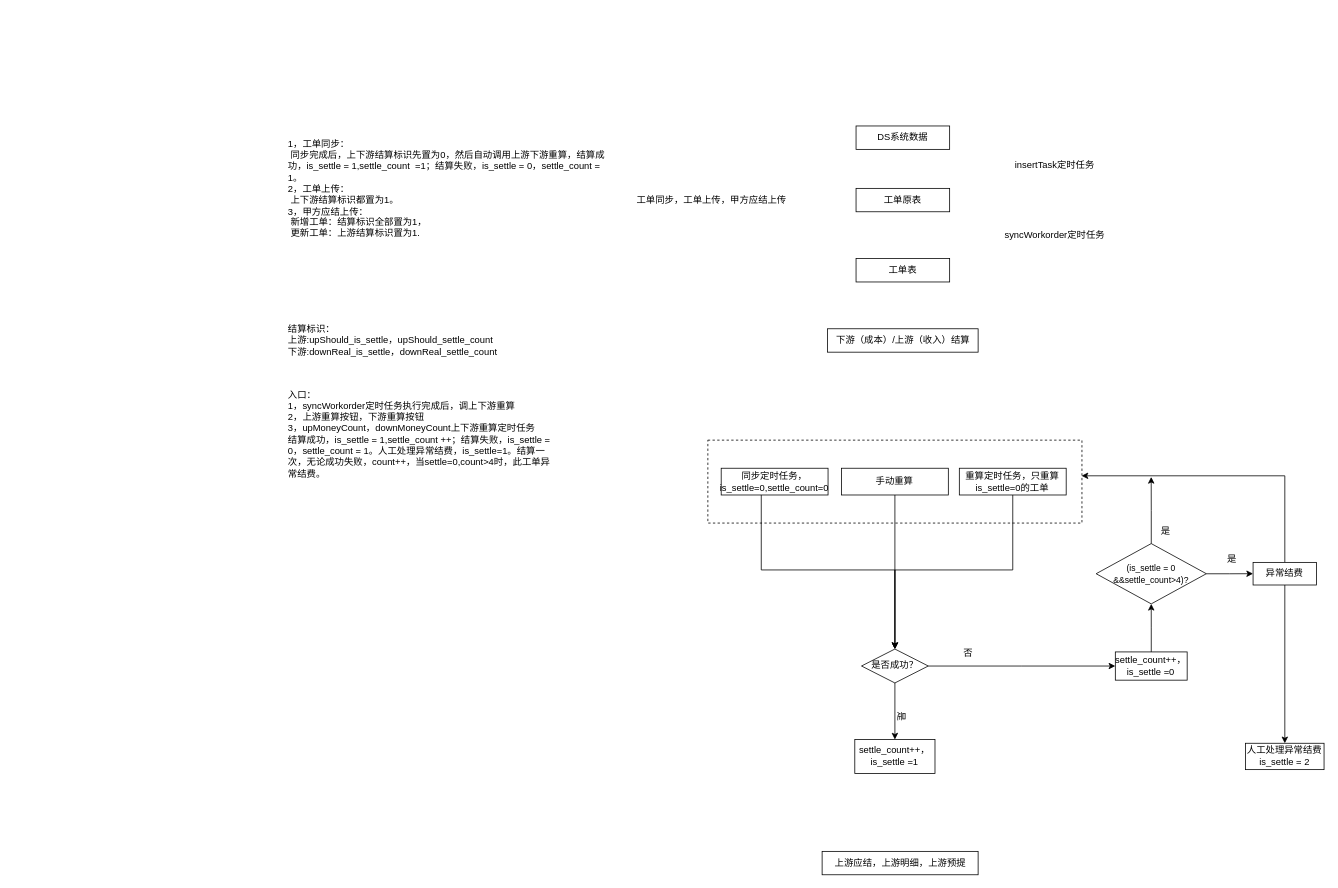
Earlier version of the draw.io diagram 未命名绘图.drawio (yutaob/repository1). Source tidied: cells renumbered, new cells numbered last; positions are measured from the earlier drawing's top-left corner, leaving out a move shared by most shapes. Both pictures are drawn from the tidied source at 78%, with x=0, y=0 at pixel (286, 126).
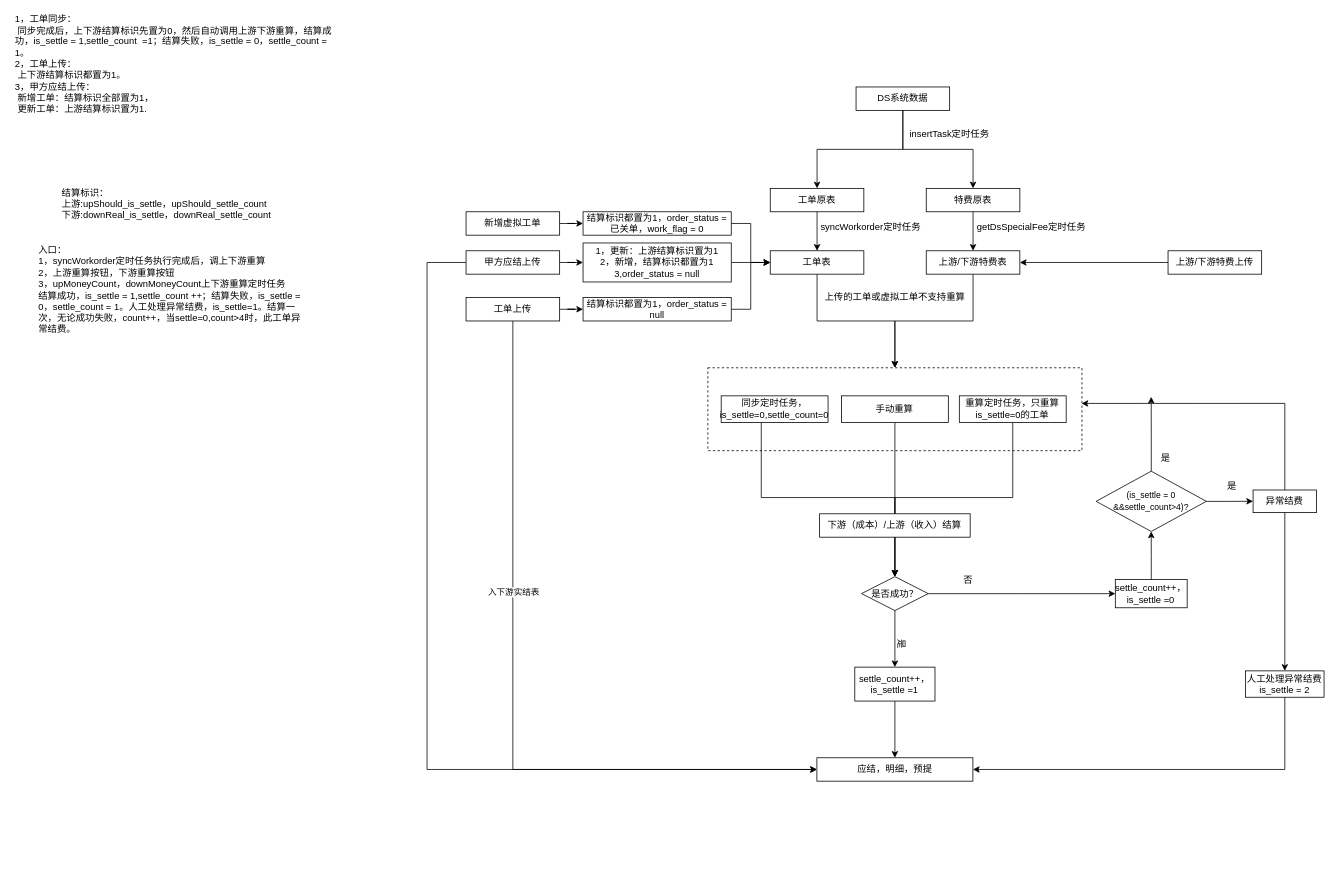
The same page after the edit.

The change refers to these unchanged cells:
```xml
<mxCell id="15" style="rounded=0;whiteSpace=wrap;html=1;dashed=1;" parent="14" vertex="1">
  <mxGeometry width="479.6" height="106.3" as="geometry" />
</mxCell>
<mxCell id="19" value="settle_count++，&lt;br&gt;is_settle =1" style="rounded=0;whiteSpace=wrap;html=1;" parent="14" vertex="1">
  <mxGeometry x="188.4" y="383.8" width="102.8" height="43.5" as="geometry" />
</mxCell>
<mxCell id="36" value="人工处理异常结费&lt;br&gt;is_settle = 2" style="rounded=0;whiteSpace=wrap;html=1;" parent="14" vertex="1">
  <mxGeometry x="689.4" y="388.6" width="100.6" height="33.8" as="geometry" />
</mxCell>
```

Diff of the diagram source:
```diff
@@
+    <mxCell id="9" value="结算标识：&lt;br&gt;上游:upShould_is_settle，upShould_settle_count&lt;br&gt;下游:downReal_is_settle，downReal_settle_count" style="text;html=1;strokeColor=none;fillColor=none;align=left;verticalAlign=middle;whiteSpace=wrap;rounded=0;" parent="1" vertex="1">
+      <mxGeometry x="-290" y="75" width="330" height="50" as="geometry" />
+    </mxCell>
+    <mxCell id="11" value="入口：&lt;br&gt;1，syncWorkorder定时任务执行完成后，调上下游重算&lt;br&gt;&lt;div&gt;&lt;span&gt;2，上游重算按钮，下游重算按钮&lt;/span&gt;&lt;/div&gt;&lt;div&gt;&lt;span&gt;3，upMoneyCount，downMoneyCount上下游重算定时任务&lt;/span&gt;&lt;/div&gt;&lt;div&gt;结算成功，is_settle = 1,settle_count&amp;nbsp;&lt;span&gt;++&lt;/span&gt;；结算失败，is_settle = 0，settle_count = 1。人工处理异常结费，is_settle=1。结算一次，无论成功失败，count++，当settle=0,count&amp;gt;4时，此工单异常结费。&lt;span&gt;&lt;br&gt;&lt;/span&gt;&lt;/div&gt;" style="text;html=1;strokeColor=none;fillColor=none;align=left;verticalAlign=middle;whiteSpace=wrap;rounded=0;" parent="1" vertex="1">
+      <mxGeometry x="-320" y="145" width="350" height="130" as="geometry" />
+    </mxCell>
+    <mxCell id="12" value="1，工单同步：&lt;br&gt;&lt;span style=&quot;white-space: pre&quot;&gt; &lt;/span&gt;同步完成后，上下游结算标识先置为0，然后自动调用上游下游重算，结算成功，is_settle = 1,settle_count &lt;span style=&quot;white-space: pre&quot;&gt; &lt;/span&gt;=1；结算失败，is_settle = 0，settle_count = 1。&lt;br&gt;2，工单上传：&lt;br&gt;&lt;span style=&quot;white-space: pre&quot;&gt; &lt;/span&gt;上下游结算标识都置为1。&lt;br&gt;3，甲方应结上传：&lt;br&gt;&lt;span style=&quot;white-space: pre&quot;&gt; &lt;/span&gt;新增工单：结算标识全部置为1，&lt;br&gt;&lt;span style=&quot;white-space: pre&quot;&gt; &lt;/span&gt;更新工单：上游结算标识置为1.&lt;br&gt;&lt;span style=&quot;white-space: pre&quot;&gt; &lt;/span&gt;&lt;br&gt;&lt;span style=&quot;white-space: pre&quot;&gt; &lt;/span&gt;" style="text;html=1;strokeColor=none;fillColor=none;align=left;verticalAlign=middle;whiteSpace=wrap;rounded=0;" parent="1" vertex="1">
+      <mxGeometry x="-350" y="-140" width="410" height="150" as="geometry" />
+    </mxCell>
+    <mxCell id="39" style="group;" parent="1" vertex="1">
+      <mxGeometry x="180" y="-50" width="1150" height="890" as="geometry" />
+    </mxCell>
-    <mxCell id="2" value="DS系统数据" style="rounded=0;whiteSpace=wrap;html=1;" parent="1" vertex="1">
-      <mxGeometry x="730" width="120" height="30" as="geometry" />
+    <mxCell id="2" value="DS系统数据" style="rounded=0;whiteSpace=wrap;html=1;" parent="39" vertex="1">
+      <mxGeometry x="550" width="120" height="30" as="geometry" />
     </mxCell>
-    <mxCell id="3" value="工单原表" style="rounded=0;whiteSpace=wrap;html=1;" parent="1" vertex="1">
-      <mxGeometry x="730" y="80" width="120" height="30" as="geometry" />
+    <mxCell id="3" value="工单原表" style="rounded=0;whiteSpace=wrap;html=1;" parent="39" vertex="1">
+      <mxGeometry x="440" y="130" width="120" height="30" as="geometry" />
     </mxCell>
+    <mxCell id="40" style="edgeStyle=orthogonalEdgeStyle;rounded=0;jettySize=auto;html=1;entryX=0.5;entryY=0;entryDx=0;entryDy=0;fontColor=#000000;" parent="39" edge="1" source="2" target="3">
+      <mxGeometry relative="1" as="geometry" />
+    </mxCell>
-    <mxCell id="4" value="工单表" style="rounded=0;whiteSpace=wrap;html=1;" parent="1" vertex="1">
-      <mxGeometry x="730" y="170" width="120" height="30" as="geometry" />
+    <mxCell id="4" value="工单表" style="rounded=0;whiteSpace=wrap;html=1;" parent="39" vertex="1">
+      <mxGeometry x="440" y="210" width="120" height="30" as="geometry" />
     </mxCell>
+    <mxCell id="41" style="edgeStyle=orthogonalEdgeStyle;rounded=0;jettySize=auto;html=1;fontColor=#000000;" parent="39" edge="1" source="3" target="4">
+      <mxGeometry relative="1" as="geometry" />
+    </mxCell>
-    <mxCell id="5" value="insertTask定时任务" style="text;html=1;strokeColor=none;fillColor=none;align=center;verticalAlign=middle;whiteSpace=wrap;rounded=0;" parent="1" vertex="1">
-      <mxGeometry x="900" y="40" width="170" height="20" as="geometry" />
+    <mxCell id="5" value="insertTask定时任务" style="text;html=1;strokeColor=none;fillColor=none;align=center;verticalAlign=middle;whiteSpace=wrap;rounded=0;" parent="39" vertex="1">
+      <mxGeometry x="585" y="40" width="170" height="40" as="geometry" />
     </mxCell>
-    <mxCell id="6" value="syncWorkorder定时任务" style="text;html=1;strokeColor=none;fillColor=none;align=center;verticalAlign=middle;whiteSpace=wrap;rounded=0;" parent="1" vertex="1">
-      <mxGeometry x="900" y="130" width="170" height="20" as="geometry" />
+    <mxCell id="6" value="syncWorkorder定时任务" style="text;html=1;strokeColor=none;fillColor=none;align=center;verticalAlign=middle;whiteSpace=wrap;rounded=0;" parent="39" vertex="1">
+      <mxGeometry x="484" y="170" width="170" height="20" as="geometry" />
     </mxCell>
-    <mxCell id="7" value="下游（成本）/上游（收入）结算" style="rounded=0;whiteSpace=wrap;html=1;" parent="1" vertex="1">
-      <mxGeometry x="693.5" y="260" width="193" height="30" as="geometry" />
-    </mxCell>
-    <mxCell id="8" value="上游应结，上游明细，上游预提" style="rounded=0;whiteSpace=wrap;html=1;" parent="1" vertex="1">
-      <mxGeometry x="686.5" y="930" width="200" height="30" as="geometry" />
+    <mxCell id="8" value="应结，明细，预提" style="rounded=0;whiteSpace=wrap;html=1;" parent="39" vertex="1">
+      <mxGeometry x="499.8" y="860" width="200" height="30" as="geometry" />
     </mxCell>
-    <mxCell id="9" value="结算标识：&lt;br&gt;上游:upShould_is_settle，upShould_settle_count&lt;br&gt;下游:downReal_is_settle，downReal_settle_count" style="text;html=1;strokeColor=none;fillColor=none;align=left;verticalAlign=middle;whiteSpace=wrap;rounded=0;" parent="1" vertex="1">
-      <mxGeometry y="250" width="330" height="50" as="geometry" />
-    </mxCell>
-    <mxCell id="10" value="工单同步，工单上传，甲方应结上传" style="text;html=1;strokeColor=none;fillColor=none;align=center;verticalAlign=middle;whiteSpace=wrap;rounded=0;" parent="1" vertex="1">
-      <mxGeometry x="400" y="85" width="290" height="20" as="geometry" />
-    </mxCell>
-    <mxCell id="11" value="入口：&lt;br&gt;1，syncWorkorder定时任务执行完成后，调上下游重算&lt;br&gt;&lt;div&gt;&lt;span&gt;2，上游重算按钮，下游重算按钮&lt;/span&gt;&lt;/div&gt;&lt;div&gt;&lt;span&gt;3，upMoneyCount，downMoneyCount上下游重算定时任务&lt;/span&gt;&lt;/div&gt;&lt;div&gt;结算成功，is_settle = 1,settle_count&amp;nbsp;&lt;span&gt;++&lt;/span&gt;；结算失败，is_settle = 0，settle_count = 1。人工处理异常结费，is_settle=1。结算一次，无论成功失败，count++，当settle=0,count&amp;gt;4时，此工单异常结费。&lt;span&gt;&lt;br&gt;&lt;/span&gt;&lt;/div&gt;" style="text;html=1;strokeColor=none;fillColor=none;align=left;verticalAlign=middle;whiteSpace=wrap;rounded=0;" parent="1" vertex="1">
-      <mxGeometry y="330" width="350" height="130" as="geometry" />
-    </mxCell>
-    <mxCell id="12" value="1，工单同步：&lt;br&gt;&lt;span style=&quot;white-space: pre&quot;&gt; &lt;/span&gt;同步完成后，上下游结算标识先置为0，然后自动调用上游下游重算，结算成功，is_settle = 1,settle_count &lt;span style=&quot;white-space: pre&quot;&gt; &lt;/span&gt;=1；结算失败，is_settle = 0，settle_count = 1。&lt;br&gt;2，工单上传：&lt;br&gt;&lt;span style=&quot;white-space: pre&quot;&gt; &lt;/span&gt;上下游结算标识都置为1。&lt;br&gt;3，甲方应结上传：&lt;br&gt;&lt;span style=&quot;white-space: pre&quot;&gt; &lt;/span&gt;新增工单：结算标识全部置为1，&lt;br&gt;&lt;span style=&quot;white-space: pre&quot;&gt; &lt;/span&gt;更新工单：上游结算标识置为1.&lt;br&gt;&lt;span style=&quot;white-space: pre&quot;&gt; &lt;/span&gt;&lt;br&gt;&lt;span style=&quot;white-space: pre&quot;&gt; &lt;/span&gt;" style="text;html=1;strokeColor=none;fillColor=none;align=left;verticalAlign=middle;whiteSpace=wrap;rounded=0;" parent="1" vertex="1">
-      <mxGeometry y="20" width="410" height="150" as="geometry" />
-    </mxCell>
-    <mxCell id="13" style="group;" parent="1" vertex="1">
-      <mxGeometry x="540" y="402.8" width="790" height="427.2" as="geometry" />
+    <mxCell id="13" style="group;" parent="39" vertex="1">
+      <mxGeometry x="360" y="350" width="790" height="427.2" as="geometry" />
     </mxCell>
     <mxCell id="14" style="group;" parent="13" vertex="1">
-      <mxGeometry width="790" height="427.2" as="geometry" />
+      <mxGeometry y="10" width="790" height="427.2" as="geometry" />
     </mxCell>
@@
+    <mxCell id="7" value="下游（成本）/上游（收入）结算" style="rounded=0;whiteSpace=wrap;html=1;" parent="14" vertex="1">
+      <mxGeometry x="143.3" y="187.2" width="193" height="30" as="geometry" />
+    </mxCell>
@@
+    <mxCell id="42" style="edgeStyle=orthogonalEdgeStyle;rounded=0;jettySize=auto;html=1;fontColor=#000000;" parent="39" edge="1" source="4" target="15">
+      <mxGeometry relative="1" as="geometry" />
+    </mxCell>
+    <mxCell id="43" style="edgeStyle=orthogonalEdgeStyle;rounded=0;jettySize=auto;html=1;fontColor=#000000;entryX=0;entryY=0.5;entryDx=0;entryDy=0;" parent="39" edge="1" source="45" target="8">
+      <mxGeometry relative="1" as="geometry">
+        <Array as="points">
+          <mxPoint x="110" y="875" />
+        </Array>
+      </mxGeometry>
+    </mxCell>
+    <mxCell id="44" value="入下游实结表" style="edgeLabel;html=1;align=center;verticalAlign=middle;fontColor=#000000;" parent="43" vertex="1">
+      <mxGeometry x="-0.28" relative="1" as="geometry" />
+    </mxCell>
+    <mxCell id="45" value="工单上传" style="rounded=0;whiteSpace=wrap;html=1;" parent="39" vertex="1">
+      <mxGeometry x="50" y="270" width="120" height="30" as="geometry" />
+    </mxCell>
+    <mxCell id="46" style="edgeStyle=orthogonalEdgeStyle;rounded=0;jettySize=auto;html=1;entryX=0;entryY=0.5;entryDx=0;entryDy=0;fontColor=#000000;" parent="39" edge="1" source="47" target="8">
+      <mxGeometry relative="1" as="geometry">
+        <Array as="points">
+          <mxPoint y="225" />
+          <mxPoint y="875" />
+        </Array>
+      </mxGeometry>
+    </mxCell>
+    <mxCell id="47" value="甲方应结上传" style="rounded=0;whiteSpace=wrap;html=1;" parent="39" vertex="1">
+      <mxGeometry x="50" y="210" width="120" height="30" as="geometry" />
+    </mxCell>
+    <mxCell id="48" value="特费原表" style="rounded=0;whiteSpace=wrap;html=1;" parent="39" vertex="1">
+      <mxGeometry x="640" y="130" width="120" height="30" as="geometry" />
+    </mxCell>
+    <mxCell id="49" style="edgeStyle=orthogonalEdgeStyle;rounded=0;jettySize=auto;html=1;entryX=0.5;entryY=0;entryDx=0;entryDy=0;fontColor=#000000;" parent="39" edge="1" source="2" target="48">
+      <mxGeometry relative="1" as="geometry" />
+    </mxCell>
+    <mxCell id="50" style="edgeStyle=orthogonalEdgeStyle;rounded=0;jettySize=auto;html=1;entryX=0.5;entryY=0;entryDx=0;entryDy=0;fontColor=#000000;" parent="39" edge="1" source="51" target="15">
+      <mxGeometry relative="1" as="geometry" />
+    </mxCell>
+    <mxCell id="51" value="上游/下游特费表" style="rounded=0;whiteSpace=wrap;html=1;" parent="39" vertex="1">
+      <mxGeometry x="640" y="210" width="120" height="30" as="geometry" />
+    </mxCell>
+    <mxCell id="52" style="edgeStyle=orthogonalEdgeStyle;rounded=0;jettySize=auto;html=1;fontColor=#000000;" parent="39" edge="1" source="48" target="51">
+      <mxGeometry relative="1" as="geometry" />
+    </mxCell>
+    <mxCell id="53" value="getDsSpecialFee定时任务" style="text;html=1;strokeColor=none;fillColor=none;align=center;verticalAlign=middle;whiteSpace=wrap;rounded=0;" parent="39" vertex="1">
+      <mxGeometry x="690" y="170" width="170" height="20" as="geometry" />
+    </mxCell>
+    <mxCell id="54" style="edgeStyle=orthogonalEdgeStyle;rounded=0;jettySize=auto;html=1;entryX=1;entryY=0.5;entryDx=0;entryDy=0;fontColor=#000000;" parent="39" edge="1" source="55" target="51">
+      <mxGeometry relative="1" as="geometry" />
+    </mxCell>
+    <mxCell id="55" value="上游/下游特费上传" style="rounded=0;whiteSpace=wrap;html=1;" parent="39" vertex="1">
+      <mxGeometry x="950" y="210" width="120" height="30" as="geometry" />
+    </mxCell>
+    <mxCell id="56" style="edgeStyle=orthogonalEdgeStyle;rounded=0;jettySize=auto;html=1;fontColor=#000000;" parent="39" edge="1" source="57" target="4">
+      <mxGeometry relative="1" as="geometry" />
+    </mxCell>
+    <mxCell id="57" value="1，更新：上游结算标识置为1&lt;br&gt;2，新增，结算标识都置为1&lt;br&gt;3,order_status = null" style="rounded=0;whiteSpace=wrap;html=1;" parent="39" vertex="1">
+      <mxGeometry x="200" y="200" width="190" height="50" as="geometry" />
+    </mxCell>
+    <mxCell id="58" style="edgeStyle=orthogonalEdgeStyle;rounded=0;jettySize=auto;html=1;fontColor=#000000;entryX=0;entryY=0.5;entryDx=0;entryDy=0;" parent="39" edge="1" source="59" target="4">
+      <mxGeometry relative="1" as="geometry" />
+    </mxCell>
+    <mxCell id="59" value="结算标识都置为1，order_status = null" style="rounded=0;whiteSpace=wrap;html=1;" parent="39" vertex="1">
+      <mxGeometry x="200" y="270" width="190" height="30" as="geometry" />
+    </mxCell>
+    <mxCell id="60" style="edgeStyle=orthogonalEdgeStyle;rounded=0;jettySize=auto;html=1;fontColor=#000000;entryX=0;entryY=0.5;entryDx=0;entryDy=0;" parent="39" edge="1" source="47" target="57">
+      <mxGeometry relative="1" as="geometry" />
+    </mxCell>
+    <mxCell id="61" style="edgeStyle=orthogonalEdgeStyle;rounded=0;jettySize=auto;html=1;fontColor=#000000;" parent="39" edge="1" source="19" target="8">
+      <mxGeometry relative="1" as="geometry" />
+    </mxCell>
+    <mxCell id="62" style="edgeStyle=orthogonalEdgeStyle;rounded=0;jettySize=auto;html=1;fontColor=#000000;" parent="39" edge="1" source="45" target="59">
+      <mxGeometry relative="1" as="geometry" />
+    </mxCell>
+    <mxCell id="63" style="edgeStyle=orthogonalEdgeStyle;rounded=0;jettySize=auto;html=1;entryX=1;entryY=0.5;entryDx=0;entryDy=0;fontColor=#000000;" parent="39" edge="1" source="36" target="8">
+      <mxGeometry relative="1" as="geometry">
+        <Array as="points">
+          <mxPoint x="1100" y="875" />
+        </Array>
+      </mxGeometry>
+    </mxCell>
+    <mxCell id="64" value="新增虚拟工单" style="rounded=0;whiteSpace=wrap;html=1;" parent="39" vertex="1">
+      <mxGeometry x="50" y="160" width="120" height="30" as="geometry" />
+    </mxCell>
+    <mxCell id="65" style="edgeStyle=orthogonalEdgeStyle;rounded=0;jettySize=auto;html=1;entryX=0;entryY=0.5;entryDx=0;entryDy=0;fontColor=#000000;" parent="39" edge="1" source="66" target="4">
+      <mxGeometry relative="1" as="geometry" />
+    </mxCell>
+    <mxCell id="66" value="结算标识都置为1，order_status = 已关单，work_flag = 0" style="rounded=0;whiteSpace=wrap;html=1;" parent="39" vertex="1">
+      <mxGeometry x="200" y="160" width="190" height="30" as="geometry" />
+    </mxCell>
+    <mxCell id="67" style="edgeStyle=orthogonalEdgeStyle;rounded=0;jettySize=auto;html=1;entryX=0;entryY=0.5;entryDx=0;entryDy=0;fontColor=#000000;" parent="39" edge="1" source="64" target="66">
+      <mxGeometry relative="1" as="geometry" />
+    </mxCell>
+    <mxCell id="68" value="上传的工单或虚拟工单不支持重算" style="text;html=1;strokeColor=none;fillColor=none;align=center;verticalAlign=middle;whiteSpace=wrap;rounded=0;fontColor=#000000;" parent="39" vertex="1">
+      <mxGeometry x="499.8" y="260" width="200" height="20" as="geometry" />
+    </mxCell>
```
